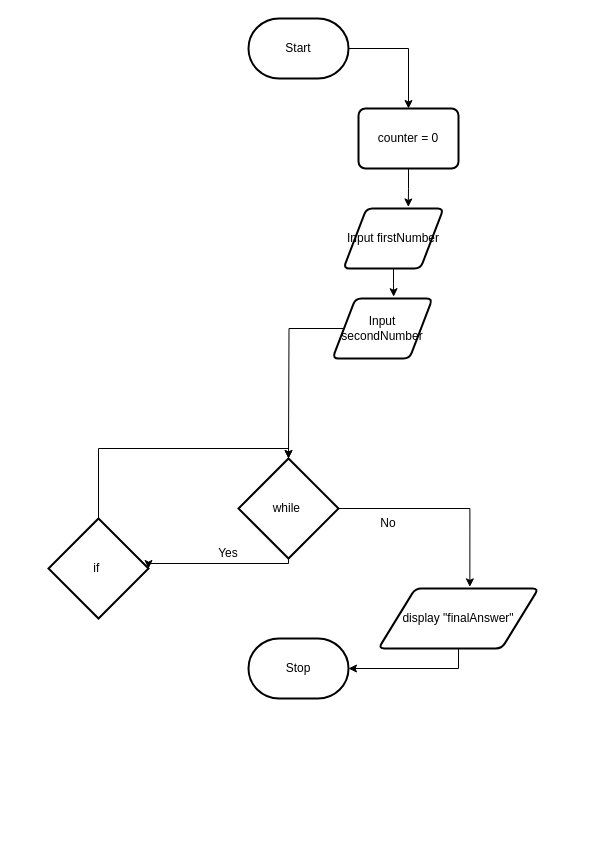
Earlier version of the draw.io diagram design/flowchart.drawio (MTHS-ICD2O-1-2023/ICD2O-Unit-5-08-Gabriel-Zanardi). Source tidied: cells renumbered, new cells numbered last; positions are measured from the earlier drawing's top-left corner, leaving out a move shared by most shapes. Both pictures are drawn from the tidied source at 100%, with x=0, y=0 at pixel (48, 18).
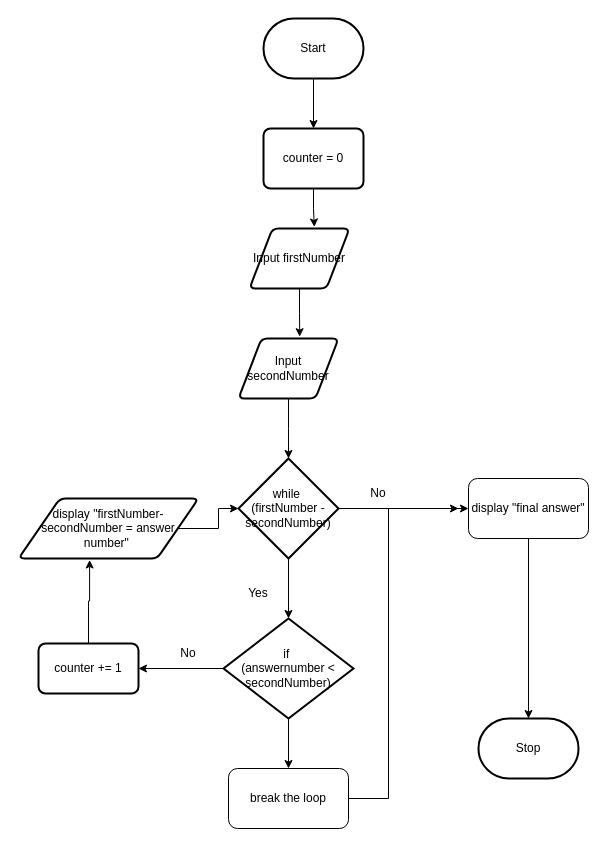
The same diagram, later.

Commit message (it also covers changes not shown here):
init flowchart

Change to the diagram source:
```diff
@@
     <mxCell id="3" value="Start" style="strokeWidth=2;html=1;shape=mxgraph.flowchart.terminator;whiteSpace=wrap;" parent="1" vertex="1">
-      <mxGeometry x="200" width="100" height="60" as="geometry" />
+      <mxGeometry x="215" width="100" height="60" as="geometry" />
     </mxCell>
     <mxCell id="4" value="Stop" style="strokeWidth=2;html=1;shape=mxgraph.flowchart.terminator;whiteSpace=wrap;" parent="1" vertex="1">
-      <mxGeometry x="200" y="620" width="100" height="60" as="geometry" />
+      <mxGeometry x="430" y="700" width="100" height="60" as="geometry" />
     </mxCell>
-    <mxCell id="5" style="edgeStyle=orthogonalEdgeStyle;rounded=0;html=1;entryX=1;entryY=0.5;entryDx=0;entryDy=0;entryPerimeter=0;" parent="1" edge="1" source="7" target="17">
-      <mxGeometry relative="1" as="geometry">
-        <Array as="points">
-          <mxPoint x="240" y="545" />
-          <mxPoint x="100" y="545" />
-        </Array>
-      </mxGeometry>
+    <mxCell id="5" style="edgeStyle=orthogonalEdgeStyle;rounded=0;html=1;entryX=0.5;entryY=0;entryDx=0;entryDy=0;entryPerimeter=0;" parent="1" edge="1" source="7" target="17">
+      <mxGeometry relative="1" as="geometry" />
     </mxCell>
-    <mxCell id="6" style="edgeStyle=orthogonalEdgeStyle;rounded=0;html=1;entryX=0.571;entryY=-0.027;entryDx=0;entryDy=0;entryPerimeter=0;" parent="1" edge="1" source="7" target="10">
-      <mxGeometry relative="1" as="geometry" />
-    </mxCell>
+    <mxCell id="20" style="edgeStyle=orthogonalEdgeStyle;rounded=0;html=1;entryX=0;entryY=0.5;entryDx=0;entryDy=0;" parent="1" edge="1" source="7" target="30">
+      <mxGeometry relative="1" as="geometry" />
+    </mxCell>
-    <mxCell id="7" value="while&amp;nbsp;&lt;br&gt;" style="strokeWidth=2;html=1;shape=mxgraph.flowchart.decision;whiteSpace=wrap;" parent="1" vertex="1">
+    <mxCell id="7" value="while&amp;nbsp;&lt;br&gt;(firstNumber - secondNumber)" style="strokeWidth=2;html=1;shape=mxgraph.flowchart.decision;whiteSpace=wrap;" parent="1" vertex="1">
       <mxGeometry x="190" y="440" width="100" height="100" as="geometry" />
     </mxCell>
-    <mxCell id="8" style="edgeStyle=orthogonalEdgeStyle;rounded=0;html=1;entryX=0.5;entryY=0;entryDx=0;entryDy=0;entryPerimeter=0;" parent="1" edge="1" target="7">
-      <mxGeometry relative="1" as="geometry">
-        <mxPoint x="50" y="500" as="sourcePoint" />
-        <Array as="points">
-          <mxPoint x="50" y="430" />
-          <mxPoint x="240" y="430" />
-        </Array>
-      </mxGeometry>
-    </mxCell>
-    <mxCell id="9" style="edgeStyle=orthogonalEdgeStyle;rounded=0;html=1;" parent="1" edge="1" source="10" target="4">
-      <mxGeometry relative="1" as="geometry">
-        <Array as="points">
-          <mxPoint x="410" y="650" />
-        </Array>
-      </mxGeometry>
-    </mxCell>
+    <mxCell id="21" style="edgeStyle=orthogonalEdgeStyle;rounded=0;html=1;entryX=0;entryY=0.5;entryDx=0;entryDy=0;entryPerimeter=0;" parent="1" edge="1" source="10" target="7">
+      <mxGeometry relative="1" as="geometry" />
+    </mxCell>
-    <mxCell id="10" value="display &quot;finalAnswer&quot;" style="shape=parallelogram;html=1;strokeWidth=2;perimeter=parallelogramPerimeter;whiteSpace=wrap;rounded=1;arcSize=12;size=0.23;" parent="1" vertex="1">
-      <mxGeometry x="330" y="570" width="160" height="60" as="geometry" />
+    <mxCell id="10" value="display &quot;firstNumber- secondNumber = answer number&quot;&amp;nbsp;" style="shape=parallelogram;html=1;strokeWidth=2;perimeter=parallelogramPerimeter;whiteSpace=wrap;rounded=1;arcSize=12;size=0.23;" parent="1" vertex="1">
+      <mxGeometry x="-30" y="480" width="180" height="60" as="geometry" />
     </mxCell>
     <mxCell id="11" value="No" style="text;html=1;strokeColor=none;fillColor=none;align=center;verticalAlign=middle;whiteSpace=wrap;rounded=0;" parent="1" vertex="1">
-      <mxGeometry x="310" y="490" width="60" height="30" as="geometry" />
+      <mxGeometry x="300" y="460" width="60" height="30" as="geometry" />
     </mxCell>
     <mxCell id="12" value="Yes" style="text;html=1;strokeColor=none;fillColor=none;align=center;verticalAlign=middle;whiteSpace=wrap;rounded=0;" parent="1" vertex="1">
-      <mxGeometry x="150" y="520" width="60" height="30" as="geometry" />
+      <mxGeometry x="180" y="560" width="60" height="30" as="geometry" />
     </mxCell>
@@
     <mxCell id="14" value="Input secondNumber" style="shape=parallelogram;html=1;strokeWidth=2;perimeter=parallelogramPerimeter;whiteSpace=wrap;rounded=1;arcSize=12;size=0.23;" parent="1" vertex="1">
-      <mxGeometry x="284" y="280" width="100" height="60" as="geometry" />
+      <mxGeometry x="190" y="320" width="100" height="60" as="geometry" />
     </mxCell>
@@
     <mxCell id="16" value="Input firstNumber" style="shape=parallelogram;html=1;strokeWidth=2;perimeter=parallelogramPerimeter;whiteSpace=wrap;rounded=1;arcSize=12;size=0.23;" parent="1" vertex="1">
-      <mxGeometry x="295" y="190" width="100" height="60" as="geometry" />
+      <mxGeometry x="201" y="210" width="100" height="60" as="geometry" />
     </mxCell>
+    <mxCell id="22" style="edgeStyle=orthogonalEdgeStyle;rounded=0;html=1;entryX=1;entryY=0.5;entryDx=0;entryDy=0;" parent="1" edge="1" source="17" target="25">
+      <mxGeometry relative="1" as="geometry" />
+    </mxCell>
+    <mxCell id="23" style="edgeStyle=orthogonalEdgeStyle;rounded=0;html=1;entryX=0.5;entryY=0;entryDx=0;entryDy=0;" parent="1" edge="1" source="17" target="28">
+      <mxGeometry relative="1" as="geometry" />
+    </mxCell>
-    <mxCell id="17" value="if&amp;nbsp;" style="strokeWidth=2;html=1;shape=mxgraph.flowchart.decision;whiteSpace=wrap;" parent="1" vertex="1">
-      <mxGeometry y="500" width="100" height="100" as="geometry" />
+    <mxCell id="17" value="if&amp;nbsp;&lt;br&gt;(answernumber &amp;lt; secondNumber)" style="strokeWidth=2;html=1;shape=mxgraph.flowchart.decision;whiteSpace=wrap;" parent="1" vertex="1">
+      <mxGeometry x="175" y="600" width="130" height="100" as="geometry" />
     </mxCell>
@@
     <mxCell id="19" value="counter = 0" style="rounded=1;whiteSpace=wrap;html=1;absoluteArcSize=1;arcSize=14;strokeWidth=2;" parent="1" vertex="1">
-      <mxGeometry x="310" y="90" width="100" height="60" as="geometry" />
+      <mxGeometry x="215" y="110" width="100" height="60" as="geometry" />
     </mxCell>
+    <mxCell id="24" style="edgeStyle=orthogonalEdgeStyle;rounded=0;html=1;entryX=0.395;entryY=1.025;entryDx=0;entryDy=0;entryPerimeter=0;" parent="1" edge="1" source="25" target="10">
+      <mxGeometry relative="1" as="geometry" />
+    </mxCell>
+    <mxCell id="25" value="counter += 1" style="rounded=1;whiteSpace=wrap;html=1;absoluteArcSize=1;arcSize=14;strokeWidth=2;" parent="1" vertex="1">
+      <mxGeometry x="-10" y="625" width="100" height="50" as="geometry" />
+    </mxCell>
+    <mxCell id="26" value="No" style="text;html=1;strokeColor=none;fillColor=none;align=center;verticalAlign=middle;whiteSpace=wrap;rounded=0;" parent="1" vertex="1">
+      <mxGeometry x="110" y="620" width="60" height="30" as="geometry" />
+    </mxCell>
+    <mxCell id="27" style="edgeStyle=orthogonalEdgeStyle;rounded=0;html=1;" parent="1" edge="1" source="28">
+      <mxGeometry relative="1" as="geometry">
+        <mxPoint x="410" y="490" as="targetPoint" />
+        <Array as="points">
+          <mxPoint x="340" y="780" />
+          <mxPoint x="340" y="490" />
+        </Array>
+      </mxGeometry>
+    </mxCell>
+    <mxCell id="28" value="break the loop" style="rounded=1;whiteSpace=wrap;html=1;" parent="1" vertex="1">
+      <mxGeometry x="180" y="750" width="120" height="60" as="geometry" />
+    </mxCell>
+    <mxCell id="29" style="edgeStyle=orthogonalEdgeStyle;rounded=0;html=1;" parent="1" edge="1" source="30" target="4">
+      <mxGeometry relative="1" as="geometry" />
+    </mxCell>
+    <mxCell id="30" value="display &quot;final answer&quot;" style="rounded=1;whiteSpace=wrap;html=1;" parent="1" vertex="1">
+      <mxGeometry x="420" y="460" width="120" height="60" as="geometry" />
+    </mxCell>
```
